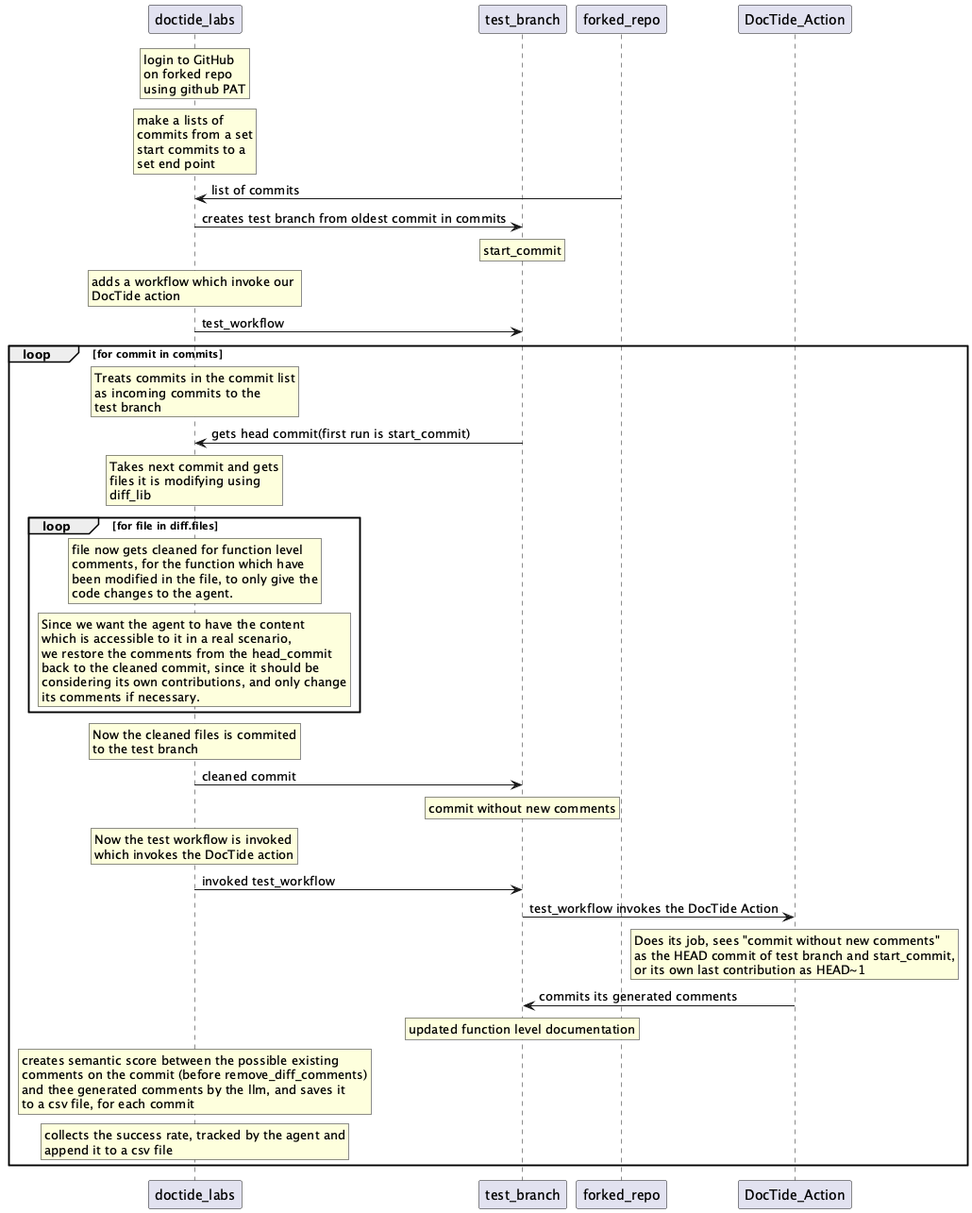
Earlier version of the PlantUML export docs/doctide_labs_flow_chart.png (BrandtBoys/DocTide).
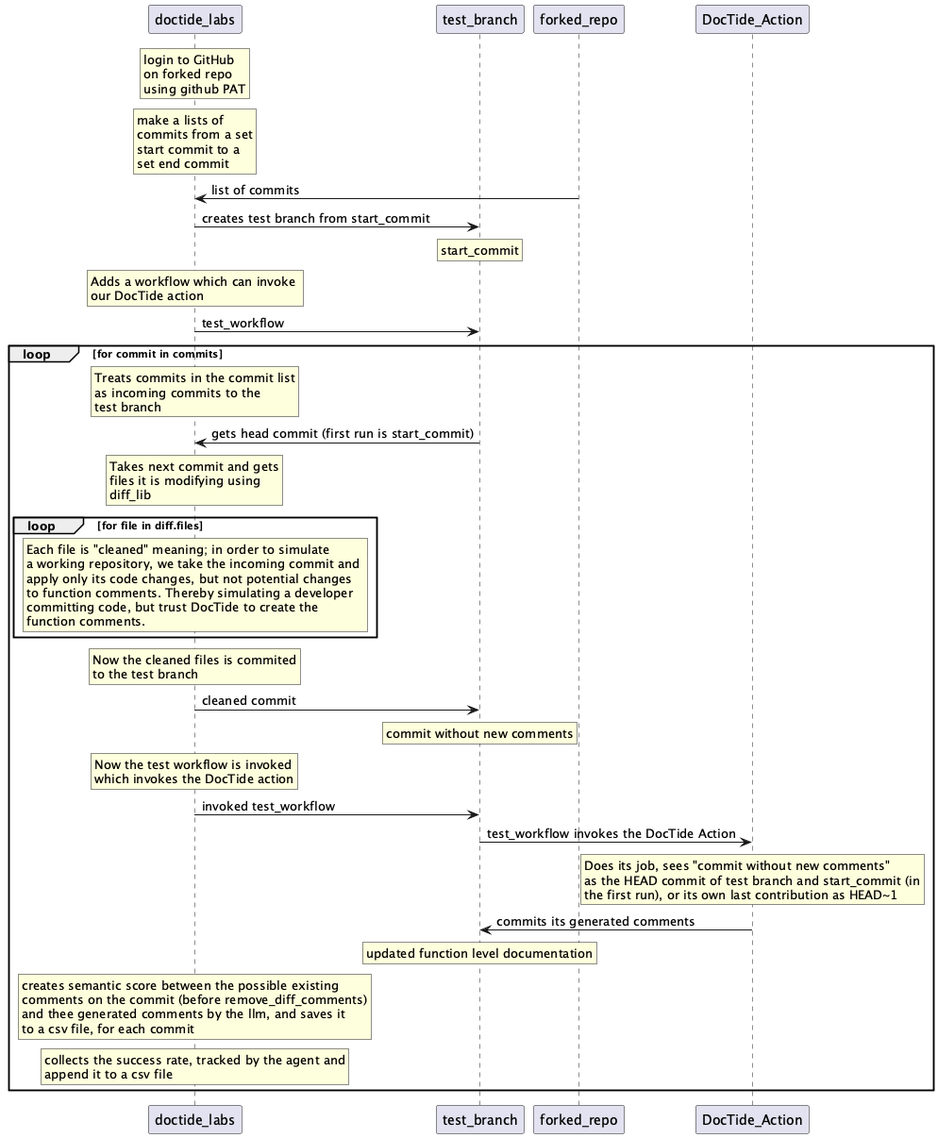
The same file after the commit.

Commit message:
small changes to test flow visuals

The edit, as a diff of the source:
```diff
@@ -12,15 +12,15 @@
 rnote over doctide_labs
     make a lists of
     commits from a set
-    start commits to a
-    set end point
+    start commit to a
+    set end commit
 endrnote
 forked_repo->doctide_labs : list of commits
-doctide_labs->test_branch : creates test branch from oldest commit in commits
+doctide_labs->test_branch : creates test branch from start_commit
 rnote over test_branch : start_commit
 rnote over doctide_labs
-    adds a workflow which invoke our
-    DocTide action
+    Adds a workflow which can invoke
+    our DocTide action
 endrnote
 doctide_labs->test_branch : test_workflow
 loop for commit in commits
@@ -29,7 +29,7 @@
         as incoming commits to the
         test branch
     endrnote
-    test_branch->doctide_labs : gets head commit(first run is start_commit)
+    test_branch->doctide_labs : gets head commit (first run is start_commit)
     rnote over doctide_labs
         Takes next commit and gets
         files it is modifying using
@@ -37,19 +37,12 @@
     endrnote
     loop for file in diff.files
         rnote over doctide_labs
-            file now gets cleaned for function level
-            comments, for the function which have
-            been modified in the file, to only give the
-            code changes to the agent.
-        endrnote
-
-        rnote over doctide_labs
-            Since we want the agent to have the content
-            which is accessible to it in a real scenario,
-            we restore the comments from the head_commit
-            back to the cleaned commit, since it should be
-            considering its own contributions, and only change
-            its comments if necessary.
+            Each file is "cleaned" meaning; in order to simulate
+            a working repository, we take the incoming commit and
+            apply only its code changes, but not potential changes
+            to function comments. Thereby simulating a developer
+            committing code, but trust DocTide to create the
+            function comments.
         endrnote
     end
     rnote over doctide_labs
@@ -68,8 +61,8 @@
     test_branch-> DocTide_Action : test_workflow invokes the DocTide Action
     rnote over DocTide_Action
         Does its job, sees "commit without new comments"
-        as the HEAD commit of test branch and start_commit,
-        or its own last contribution as HEAD~1
+        as the HEAD commit of test branch and start_commit (in
+        the first run), or its own last contribution as HEAD~1
     endrnote
     DocTide_Action->test_branch : commits its generated comments
     rnote over test_branch
```
